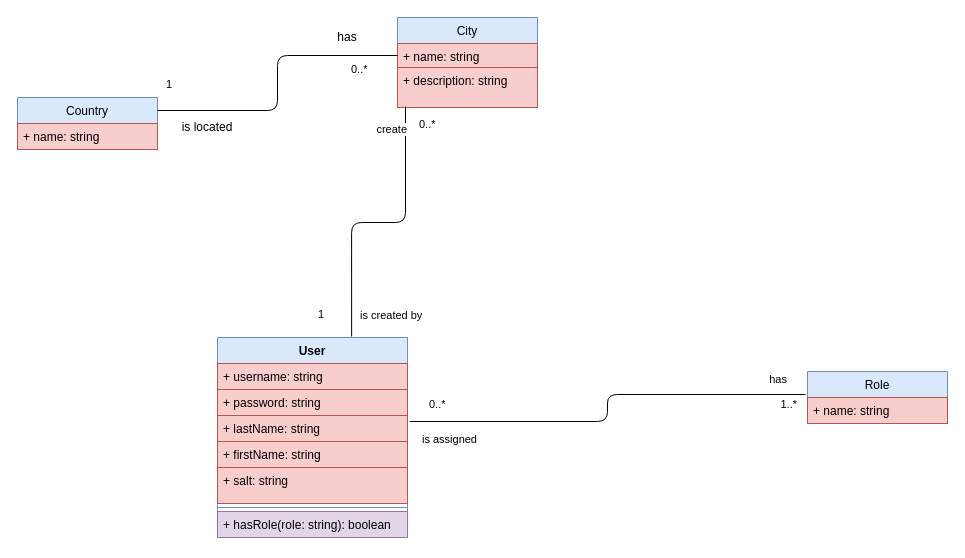
Before: application/docs/Class Diagram.drawio in ndjokic85/flightadvisor, a draw.io diagram. Source tidied: cells renumbered, new cells numbered last; positions are measured from the earlier drawing's top-left corner, leaving out a move shared by most shapes. Both pictures are drawn from the tidied source at 100%, with x=0, y=0 at pixel (17, 17).
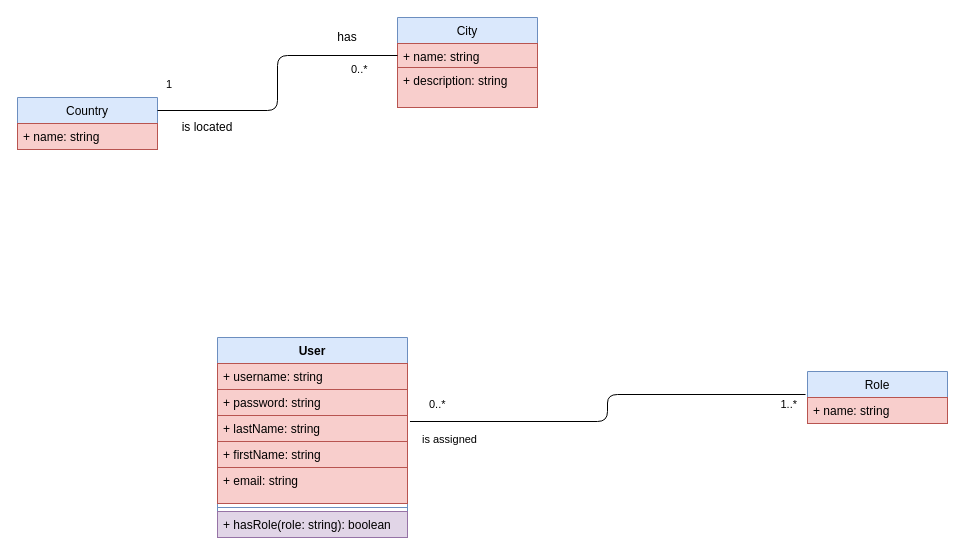
After the change.

Unchanged cells that the change refers to:
```xml
<mxCell id="6" value="+ description: string" style="text;strokeColor=#b85450;fillColor=#f8cecc;align=left;verticalAlign=top;spacingLeft=4;spacingRight=4;overflow=hidden;points=[[0,0.5],[1,0.5]];portConstraint=eastwest;" parent="4" vertex="1">
  <mxGeometry y="50" width="140" height="40" as="geometry" />
</mxCell>
<mxCell id="15" value="User" style="swimlane;fontStyle=1;align=center;verticalAlign=top;horizontal=1;startSize=26;fillColor=#dae8fc;strokeColor=#6c8ebf;" parent="1" vertex="1">
  <mxGeometry x="200" y="320" width="190" height="200" as="geometry" />
</mxCell>
```

Diff of the diagram source:
```diff
@@
-    <mxCell id="20" value="+ salt: string" style="text;strokeColor=#b85450;fillColor=#f8cecc;align=left;verticalAlign=top;spacingLeft=4;spacingRight=4;overflow=hidden;" parent="15" vertex="1">
+    <mxCell id="20" value="+ email: string" style="text;strokeColor=#b85450;fillColor=#f8cecc;align=left;verticalAlign=top;spacingLeft=4;spacingRight=4;overflow=hidden;" parent="15" vertex="1">
       <mxGeometry y="130" width="190" height="36" as="geometry" />
     </mxCell>
@@
-    <mxCell id="24" style="endArrow=none;html=1;edgeStyle=orthogonalEdgeStyle;exitX=0.706;exitY=-0.005;exitDx=0;exitDy=0;exitPerimeter=0;entryX=0.057;entryY=0.975;entryDx=0;entryDy=0;entryPerimeter=0;" parent="1" edge="1" source="15" target="6">
-      <mxGeometry relative="1" as="geometry" />
-    </mxCell>
-    <mxCell id="25" value="is created by" style="edgeLabel;html=1;align=left;verticalAlign=bottom;" parent="24" vertex="1">
-      <mxGeometry x="-1" relative="1" as="geometry">
-        <mxPoint x="7" y="-13" as="offset" />
-      </mxGeometry>
-    </mxCell>
-    <mxCell id="26" value="has" style="edgeLabel;html=1;align=right;verticalAlign=bottom;" parent="24" vertex="1">
-      <mxGeometry x="1" relative="1" as="geometry">
-        <mxPoint x="382" y="281" as="offset" />
-      </mxGeometry>
-    </mxCell>
-    <mxCell id="27" value="0..*" style="edgeLabel;html=1;align=left;verticalAlign=bottom;" parent="1" vertex="1">
-      <mxGeometry x="360" y="70" as="geometry">
-        <mxPoint x="40" y="45" as="offset" />
-      </mxGeometry>
-    </mxCell>
@@
-    <mxCell id="29" value="1" style="edgeLabel;html=1;align=left;verticalAlign=bottom;" parent="1" vertex="1">
-      <mxGeometry x="259" y="260" as="geometry">
-        <mxPoint x="40" y="45" as="offset" />
-      </mxGeometry>
-    </mxCell>
-    <mxCell id="30" value="create" style="edgeLabel;html=1;align=right;verticalAlign=bottom;" parent="1" vertex="1">
-      <mxGeometry x="389.9" y="120" as="geometry" />
-    </mxCell>
```
